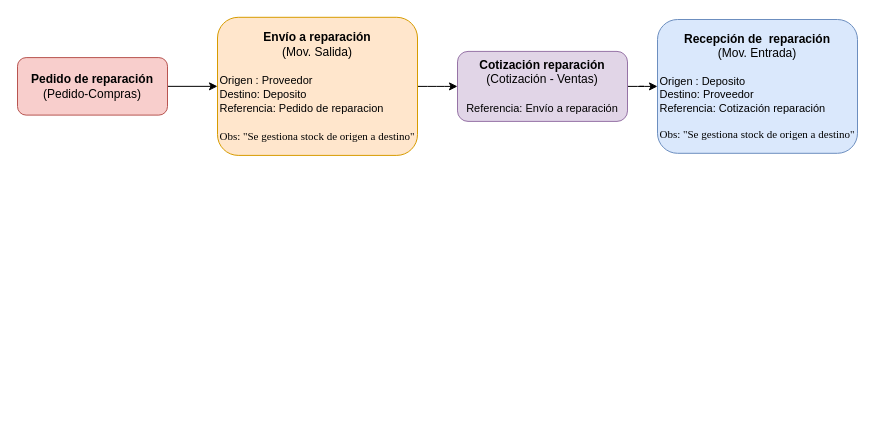
This is page "Reparacion" (3 of 4) of Untitled Diagram.drawio from GJRusso/TMG, a draw.io file, before an edit. Source tidied: cells renumbered, new cells numbered last; positions are measured from the earlier drawing's top-left corner, leaving out a move shared by most shapes. Both pictures are drawn from the tidied source at 100%, with x=0, y=0 at pixel (17, 17).
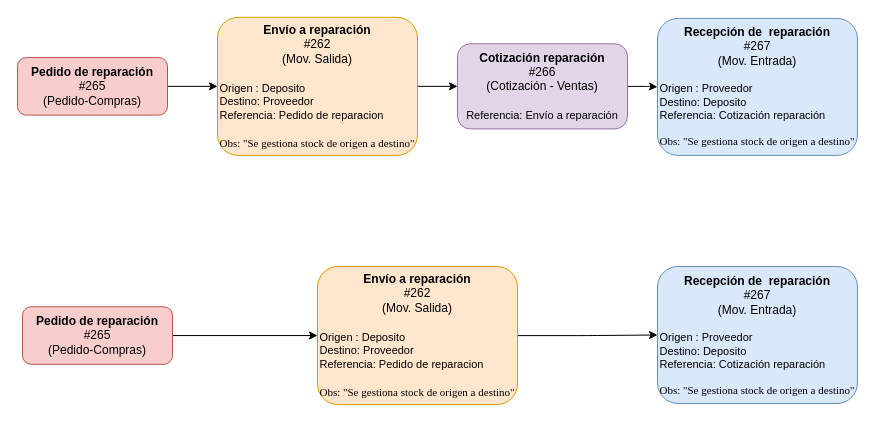
Above is the later version.

The edit, as a diff of the source:
```diff
@@
 <mxGraphModel>
   <root>
     <mxCell id="0" />
     <mxCell id="1" parent="0" />
-    <mxCell id="2" value="&lt;b&gt;Recepción&amp;nbsp;de&amp;nbsp; reparación&lt;/b&gt;&lt;br&gt;(Mov. Entrada)&lt;br&gt;&lt;br&gt;&lt;div style=&quot;text-align: left ; font-size: 11px&quot;&gt;Origen : Deposito&lt;/div&gt;&lt;div style=&quot;text-align: left ; font-size: 11px&quot;&gt;Destino: Proveedor&lt;/div&gt;&lt;div style=&quot;text-align: left ; font-size: 11px&quot;&gt;Referencia: Cotización reparación&lt;/div&gt;&lt;div style=&quot;text-align: left ; font-size: 11px&quot;&gt;&lt;br&gt;&lt;/div&gt;&lt;div style=&quot;text-align: justify ; font-size: 11px&quot;&gt;&lt;font face=&quot;Times New Roman&quot;&gt;Obs: &quot;Se gestiona stock de origen a destino&quot;&lt;/font&gt;&lt;/div&gt;" style="rounded=1;whiteSpace=wrap;html=1;fillColor=#dae8fc;strokeColor=#6c8ebf;" parent="1" vertex="1">
-      <mxGeometry x="640" y="2" width="200" height="133.8" as="geometry" />
+    <mxCell id="2" value="&lt;b&gt;Recepción&amp;nbsp;de&amp;nbsp; reparación&lt;br&gt;&lt;/b&gt;#267&lt;br&gt;(Mov. Entrada)&lt;br&gt;&lt;br&gt;&lt;div style=&quot;text-align: left ; font-size: 11px&quot;&gt;Origen : Proveedor&lt;/div&gt;&lt;div style=&quot;text-align: left ; font-size: 11px&quot;&gt;Destino: Deposito&lt;/div&gt;&lt;div style=&quot;text-align: left ; font-size: 11px&quot;&gt;Referencia: Cotización reparación&lt;/div&gt;&lt;div style=&quot;text-align: left ; font-size: 11px&quot;&gt;&lt;br&gt;&lt;/div&gt;&lt;div style=&quot;text-align: justify ; font-size: 11px&quot;&gt;&lt;font face=&quot;Times New Roman&quot;&gt;Obs: &quot;Se gestiona stock de origen a destino&quot;&lt;/font&gt;&lt;/div&gt;" style="rounded=1;whiteSpace=wrap;html=1;fillColor=#dae8fc;strokeColor=#6c8ebf;" parent="1" vertex="1">
+      <mxGeometry x="640" y="0.9" width="200" height="137" as="geometry" />
     </mxCell>
     <mxCell id="3" style="edgeStyle=orthogonalEdgeStyle;rounded=1;jettySize=auto;html=1;" parent="1" edge="1" source="4" target="8">
       <mxGeometry relative="1" as="geometry" />
     </mxCell>
-    <mxCell id="4" value="&lt;b&gt;Envío&amp;nbsp;a reparación&lt;/b&gt;&lt;br&gt;(Mov. Salida)&lt;br&gt;&lt;br&gt;&lt;div style=&quot;text-align: left&quot;&gt;&lt;span style=&quot;font-size: 11px&quot;&gt;Origen&lt;/span&gt;&lt;span style=&quot;font-size: 11px&quot;&gt;&amp;nbsp;: Proveedor&lt;/span&gt;&lt;/div&gt;&lt;div style=&quot;text-align: left ; font-size: 11px&quot;&gt;&lt;span&gt;&lt;font style=&quot;font-size: 11px&quot;&gt;Destino: Deposito&lt;/font&gt;&lt;/span&gt;&lt;/div&gt;&lt;div style=&quot;text-align: left&quot;&gt;&lt;font&gt;&lt;span style=&quot;font-size: 11px&quot;&gt;Referencia: Pedido de reparacion&lt;/span&gt;&lt;/font&gt;&lt;/div&gt;&lt;div style=&quot;text-align: left&quot;&gt;&lt;span style=&quot;font-size: 11px&quot;&gt;&lt;br&gt;&lt;/span&gt;&lt;/div&gt;&lt;div style=&quot;text-align: left ; font-size: 11px&quot;&gt;&lt;span style=&quot;font-family: &amp;#34;times new roman&amp;#34; ; text-align: justify&quot;&gt;Obs: &quot;Se gestiona stock de origen a destino&quot;&lt;/span&gt;&lt;span&gt;&lt;font style=&quot;font-size: 11px&quot;&gt;&lt;br&gt;&lt;/font&gt;&lt;/span&gt;&lt;/div&gt;" style="rounded=1;whiteSpace=wrap;html=1;fillColor=#ffe6cc;strokeColor=#d79b00;" parent="1" vertex="1">
+    <mxCell id="4" value="&lt;b&gt;Envío&amp;nbsp;a reparación&lt;br&gt;&lt;/b&gt;#262&lt;br&gt;(Mov. Salida)&lt;br&gt;&lt;br&gt;&lt;div style=&quot;text-align: left&quot;&gt;&lt;span style=&quot;font-size: 11px&quot;&gt;Origen&lt;/span&gt;&lt;span style=&quot;font-size: 11px&quot;&gt;&amp;nbsp;: Deposito&lt;/span&gt;&lt;/div&gt;&lt;div style=&quot;text-align: left ; font-size: 11px&quot;&gt;&lt;span&gt;&lt;font style=&quot;font-size: 11px&quot;&gt;Destino: Proveedor&lt;/font&gt;&lt;/span&gt;&lt;/div&gt;&lt;div style=&quot;text-align: left&quot;&gt;&lt;font&gt;&lt;span style=&quot;font-size: 11px&quot;&gt;Referencia: Pedido de reparacion&lt;/span&gt;&lt;/font&gt;&lt;/div&gt;&lt;div style=&quot;text-align: left&quot;&gt;&lt;span style=&quot;font-size: 11px&quot;&gt;&lt;br&gt;&lt;/span&gt;&lt;/div&gt;&lt;div style=&quot;text-align: left ; font-size: 11px&quot;&gt;&lt;span style=&quot;font-family: &amp;#34;times new roman&amp;#34; ; text-align: justify&quot;&gt;Obs: &quot;Se gestiona stock de origen a destino&quot;&lt;/span&gt;&lt;span&gt;&lt;font style=&quot;font-size: 11px&quot;&gt;&lt;br&gt;&lt;/font&gt;&lt;/span&gt;&lt;/div&gt;" style="rounded=1;whiteSpace=wrap;html=1;fillColor=#ffe6cc;strokeColor=#d79b00;" parent="1" vertex="1">
       <mxGeometry x="200" y="-0.2" width="200" height="138.1" as="geometry" />
     </mxCell>
     <mxCell id="5" style="edgeStyle=orthogonalEdgeStyle;rounded=1;jettySize=auto;html=1;" parent="1" edge="1" source="6" target="4">
       <mxGeometry relative="1" as="geometry" />
     </mxCell>
-    <mxCell id="6" value="&lt;b&gt;Pedido de reparación&lt;/b&gt;&lt;br&gt;(Pedido-Compras)" style="rounded=1;whiteSpace=wrap;html=1;fillColor=#f8cecc;strokeColor=#b85450;" parent="1" vertex="1">
+    <mxCell id="6" value="&lt;b&gt;Pedido de reparación&lt;br&gt;&lt;/b&gt;#265&lt;br&gt;(Pedido-Compras)" style="rounded=1;whiteSpace=wrap;html=1;fillColor=#f8cecc;strokeColor=#b85450;" parent="1" vertex="1">
       <mxGeometry y="40.1" width="150" height="57.5" as="geometry" />
     </mxCell>
     <mxCell id="7" style="edgeStyle=orthogonalEdgeStyle;rounded=1;jettySize=auto;html=1;" parent="1" edge="1" source="8" target="2">
       <mxGeometry relative="1" as="geometry" />
     </mxCell>
-    <mxCell id="8" value="&lt;b&gt;Cotización reparación&lt;/b&gt;&lt;br&gt;(Cotización - Ventas)&lt;br&gt;&lt;br&gt;&lt;div style=&quot;text-align: left&quot;&gt;&lt;span style=&quot;font-size: 11px&quot;&gt;Referencia: Envío a&amp;nbsp;&lt;/span&gt;&lt;span style=&quot;font-size: 11px&quot;&gt;reparación&lt;/span&gt;&lt;/div&gt;" style="rounded=1;whiteSpace=wrap;html=1;fillColor=#e1d5e7;strokeColor=#9673a6;" parent="1" vertex="1">
-      <mxGeometry x="440" y="33.9" width="170" height="70" as="geometry" />
+    <mxCell id="8" value="&lt;b&gt;Cotización reparación&lt;br&gt;&lt;/b&gt;#266&lt;br&gt;(Cotización - Ventas)&lt;br&gt;&lt;br&gt;&lt;div style=&quot;text-align: left&quot;&gt;&lt;span style=&quot;font-size: 11px&quot;&gt;Referencia: Envío a&amp;nbsp;&lt;/span&gt;&lt;span style=&quot;font-size: 11px&quot;&gt;reparación&lt;/span&gt;&lt;/div&gt;" style="rounded=1;whiteSpace=wrap;html=1;fillColor=#e1d5e7;strokeColor=#9673a6;" parent="1" vertex="1">
+      <mxGeometry x="440" y="26.3" width="170" height="85.1" as="geometry" />
     </mxCell>
+    <mxCell id="9" value="&lt;b&gt;Recepción&amp;nbsp;de&amp;nbsp; reparación&lt;br&gt;&lt;/b&gt;#267&lt;br&gt;(Mov. Entrada)&lt;br&gt;&lt;br&gt;&lt;div style=&quot;text-align: left ; font-size: 11px&quot;&gt;Origen : Proveedor&lt;/div&gt;&lt;div style=&quot;text-align: left ; font-size: 11px&quot;&gt;Destino: Deposito&lt;/div&gt;&lt;div style=&quot;text-align: left ; font-size: 11px&quot;&gt;Referencia: Cotización reparación&lt;/div&gt;&lt;div style=&quot;text-align: left ; font-size: 11px&quot;&gt;&lt;br&gt;&lt;/div&gt;&lt;div style=&quot;text-align: justify ; font-size: 11px&quot;&gt;&lt;font face=&quot;Times New Roman&quot;&gt;Obs: &quot;Se gestiona stock de origen a destino&quot;&lt;/font&gt;&lt;/div&gt;" style="rounded=1;whiteSpace=wrap;html=1;fillColor=#dae8fc;strokeColor=#6c8ebf;" parent="1" vertex="1">
+      <mxGeometry x="640" y="249" width="200" height="137" as="geometry" />
+    </mxCell>
+    <mxCell id="10" style="edgeStyle=orthogonalEdgeStyle;rounded=1;jettySize=auto;html=1;entryX=0;entryY=0.5;entryDx=0;entryDy=0;" parent="1" edge="1" source="11" target="9">
+      <mxGeometry relative="1" as="geometry" />
+    </mxCell>
+    <mxCell id="11" value="&lt;b&gt;Envío&amp;nbsp;a reparación&lt;br&gt;&lt;/b&gt;#262&lt;br&gt;(Mov. Salida)&lt;br&gt;&lt;br&gt;&lt;div style=&quot;text-align: left&quot;&gt;&lt;span style=&quot;font-size: 11px&quot;&gt;Origen&lt;/span&gt;&lt;span style=&quot;font-size: 11px&quot;&gt;&amp;nbsp;: Deposito&lt;/span&gt;&lt;/div&gt;&lt;div style=&quot;text-align: left ; font-size: 11px&quot;&gt;&lt;span&gt;&lt;font style=&quot;font-size: 11px&quot;&gt;Destino: Proveedor&lt;/font&gt;&lt;/span&gt;&lt;/div&gt;&lt;div style=&quot;text-align: left&quot;&gt;&lt;font&gt;&lt;span style=&quot;font-size: 11px&quot;&gt;Referencia: Pedido de reparacion&lt;/span&gt;&lt;/font&gt;&lt;/div&gt;&lt;div style=&quot;text-align: left&quot;&gt;&lt;span style=&quot;font-size: 11px&quot;&gt;&lt;br&gt;&lt;/span&gt;&lt;/div&gt;&lt;div style=&quot;text-align: left ; font-size: 11px&quot;&gt;&lt;span style=&quot;font-family: &amp;#34;times new roman&amp;#34; ; text-align: justify&quot;&gt;Obs: &quot;Se gestiona stock de origen a destino&quot;&lt;/span&gt;&lt;span&gt;&lt;font style=&quot;font-size: 11px&quot;&gt;&lt;br&gt;&lt;/font&gt;&lt;/span&gt;&lt;/div&gt;" style="rounded=1;whiteSpace=wrap;html=1;fillColor=#ffe6cc;strokeColor=#d79b00;" parent="1" vertex="1">
+      <mxGeometry x="300" y="249" width="200" height="138.1" as="geometry" />
+    </mxCell>
+    <mxCell id="12" style="edgeStyle=orthogonalEdgeStyle;rounded=1;jettySize=auto;html=1;" parent="1" edge="1" source="13" target="11">
+      <mxGeometry relative="1" as="geometry" />
+    </mxCell>
+    <mxCell id="13" value="&lt;b&gt;Pedido de reparación&lt;br&gt;&lt;/b&gt;#265&lt;br&gt;(Pedido-Compras)" style="rounded=1;whiteSpace=wrap;html=1;fillColor=#f8cecc;strokeColor=#b85450;" parent="1" vertex="1">
+      <mxGeometry x="5" y="289.3" width="150" height="57.5" as="geometry" />
+    </mxCell>
   </root>
 </mxGraphModel>
```
